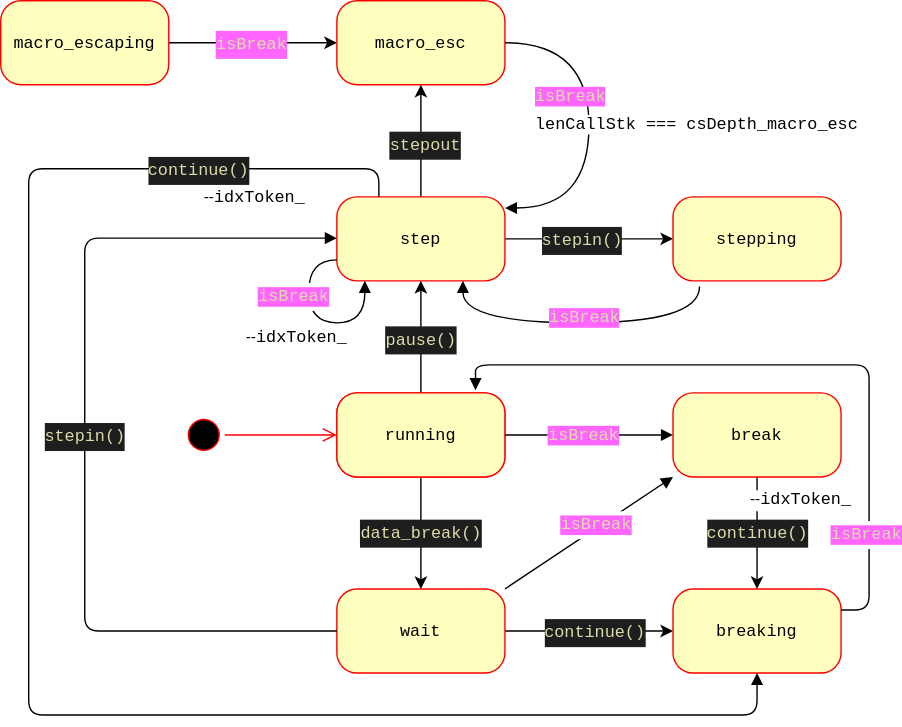
Earlier version of the draw.io export res/img/breakState.svg (famibee/SKYNovel-vscode-extension). Source tidied: cells renumbered, new cells last; positions are measured from the earlier drawing's top-left corner, leaving out a move shared by most shapes.
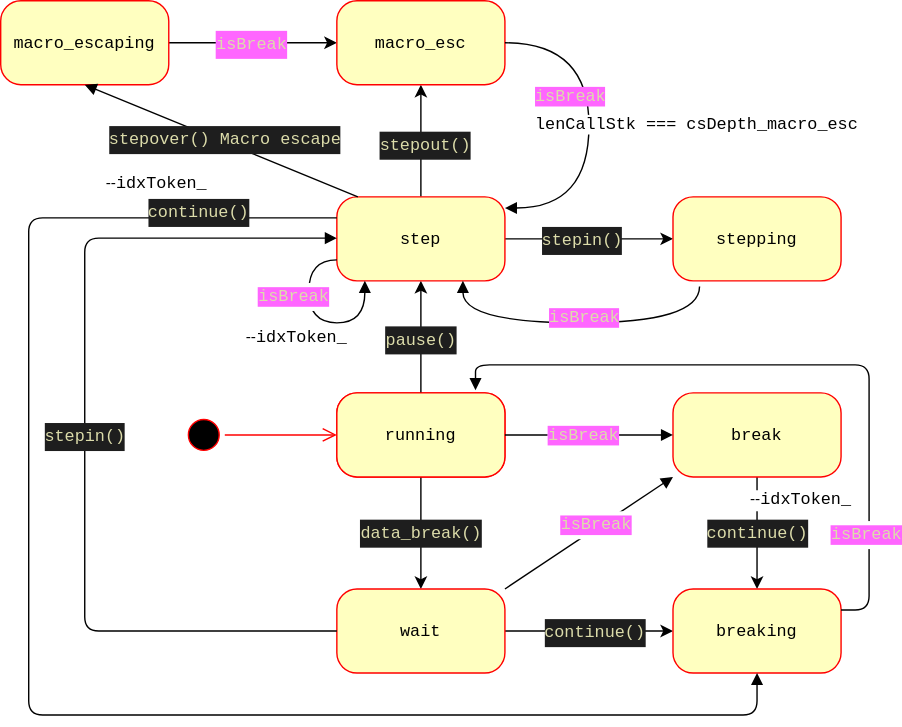
After the change.

Commit message:
breakState.svg を更新します

Change to the diagram source:
```diff
@@ -59,7 +59,7 @@
     <mxCell id="17" style="edgeStyle=orthogonalEdgeStyle;rounded=0;jettySize=auto;html=1;" parent="1" edge="1" source="19" target="25">
       <mxGeometry relative="1" as="geometry" />
     </mxCell>
-    <mxCell id="18" value="&lt;div style=&quot;color: rgb(212 , 212 , 212) ; background-color: rgb(30 , 30 , 30) ; font-family: &amp;#34;menlo&amp;#34; , &amp;#34;monaco&amp;#34; , &amp;#34;courier new&amp;#34; , monospace ; font-size: 12px ; line-height: 20px&quot;&gt;&lt;span style=&quot;color: #dcdcaa&quot;&gt;stepout&lt;/span&gt;&lt;/div&gt;" style="edgeLabel;html=1;align=center;verticalAlign=middle;" parent="17" vertex="1">
+    <mxCell id="18" value="&lt;div style=&quot;color: rgb(212 , 212 , 212) ; background-color: rgb(30 , 30 , 30) ; font-family: &amp;#34;menlo&amp;#34; , &amp;#34;monaco&amp;#34; , &amp;#34;courier new&amp;#34; , monospace ; font-size: 12px ; line-height: 20px&quot;&gt;&lt;span style=&quot;color: #dcdcaa&quot;&gt;stepout()&lt;/span&gt;&lt;/div&gt;" style="edgeLabel;html=1;align=center;verticalAlign=middle;" parent="17" vertex="1">
       <mxGeometry x="-0.05" y="-2" relative="1" as="geometry" />
     </mxCell>
     <mxCell id="19" value="&lt;div style=&quot;font-family: menlo, monaco, &amp;quot;courier new&amp;quot;, monospace; line-height: 20px;&quot;&gt;&lt;div style=&quot;font-family: &amp;quot;menlo&amp;quot; , &amp;quot;monaco&amp;quot; , &amp;quot;courier new&amp;quot; , monospace ; line-height: 20px&quot;&gt;&lt;span style=&quot;&quot;&gt;step&lt;/span&gt;&lt;/div&gt;&lt;/div&gt;" style="rounded=1;whiteSpace=wrap;html=1;arcSize=24;fillColor=#ffffc0;strokeColor=#ff0000;shadow=0;comic=0;labelBackgroundColor=none;fontFamily=Verdana;fontSize=12;align=center;" parent="1" vertex="1">
@@ -169,11 +169,10 @@
     <mxCell id="40" value="&lt;div style=&quot;color: rgb(212 , 212 , 212) ; font-family: &amp;#34;menlo&amp;#34; , &amp;#34;monaco&amp;#34; , &amp;#34;courier new&amp;#34; , monospace ; font-size: 12px ; line-height: 20px&quot;&gt;&lt;span style=&quot;color: rgb(220 , 220 , 170) ; background-color: rgb(255 , 102 , 255)&quot;&gt;isBreak&lt;/span&gt;&lt;/div&gt;" style="edgeLabel;html=1;align=center;verticalAlign=middle;fontColor=#000000;" parent="39" vertex="1">
       <mxGeometry x="0.11" y="3" relative="1" as="geometry" />
     </mxCell>
-    <mxCell id="41" style="endArrow=block;endFill=1;html=1;edgeStyle=orthogonalEdgeStyle;align=left;verticalAlign=top;fontColor=#000000;exitX=0.25;exitY=0;exitDx=0;exitDy=0;entryX=0.5;entryY=1;entryDx=0;entryDy=0;" parent="1" edge="1" source="19" target="14">
+    <mxCell id="41" style="endArrow=block;endFill=1;html=1;edgeStyle=orthogonalEdgeStyle;align=left;verticalAlign=top;fontColor=#000000;exitX=0;exitY=0.25;exitDx=0;exitDy=0;entryX=0.5;entryY=1;entryDx=0;entryDy=0;" parent="1" edge="1" source="19" target="14">
       <mxGeometry x="-1" relative="1" as="geometry">
         <Array as="points">
-          <mxPoint x="270" y="120" />
-          <mxPoint x="20" y="120" />
+          <mxPoint x="20" y="155" />
           <mxPoint x="20" y="510" />
           <mxPoint x="540" y="510" />
         </Array>
@@ -181,13 +180,21 @@
     </mxCell>
     <mxCell id="42" value="&lt;div style=&quot;color: rgb(212 , 212 , 212) ; background-color: rgb(30 , 30 , 30) ; font-family: &amp;#34;menlo&amp;#34; , &amp;#34;monaco&amp;#34; , &amp;#34;courier new&amp;#34; , monospace ; font-size: 12px ; line-height: 20px&quot;&gt;&lt;span style=&quot;color: #dcdcaa&quot;&gt;continue()&lt;/span&gt;&lt;/div&gt;" style="edgeLabel;html=1;align=center;verticalAlign=middle;fontColor=#000000;" parent="41" vertex="1">
       <mxGeometry x="-0.26" y="-1" relative="1" as="geometry">
-        <mxPoint x="121" y="-176" as="offset" />
+        <mxPoint x="121" y="-200" as="offset" />
       </mxGeometry>
     </mxCell>
     <mxCell id="43" value="--&lt;span style=&quot;font-family: &amp;#34;menlo&amp;#34; , &amp;#34;monaco&amp;#34; , &amp;#34;courier new&amp;#34; , monospace ; font-size: 12px&quot;&gt;idxToken_&lt;/span&gt;" style="edgeLabel;html=1;align=center;verticalAlign=middle;fontColor=#000000;" parent="41" vertex="1">
       <mxGeometry x="-0.44" y="1" relative="1" as="geometry">
-        <mxPoint x="159" y="-47" as="offset" />
+        <mxPoint x="89" y="-118" as="offset" />
       </mxGeometry>
     </mxCell>
+    <mxCell id="44" style="endArrow=block;endFill=1;html=1;align=left;verticalAlign=top;fontColor=#000000;entryX=0.5;entryY=1;entryDx=0;entryDy=0;exitX=0.125;exitY=0;exitDx=0;exitDy=0;exitPerimeter=0;" parent="1" edge="1" source="19" target="26">
+      <mxGeometry x="-1" relative="1" as="geometry" />
+    </mxCell>
+    <mxCell id="45" value="&lt;div style=&quot;color: rgb(212 , 212 , 212) ; background-color: rgb(30 , 30 , 30) ; font-family: &amp;#34;menlo&amp;#34; , &amp;#34;monaco&amp;#34; , &amp;#34;courier new&amp;#34; , monospace ; font-size: 12px ; line-height: 20px&quot;&gt;&lt;span style=&quot;color: #dcdcaa&quot;&gt;stepover() Macro escape&lt;/span&gt;&lt;/div&gt;" style="edgeLabel;html=1;align=center;verticalAlign=middle;fontColor=#000000;" parent="44" vertex="1">
+      <mxGeometry x="-0.01" y="-1" relative="1" as="geometry">
+        <mxPoint y="-1" as="offset" />
+      </mxGeometry>
+    </mxCell>
   </root>
 </mxGraphModel>
```
